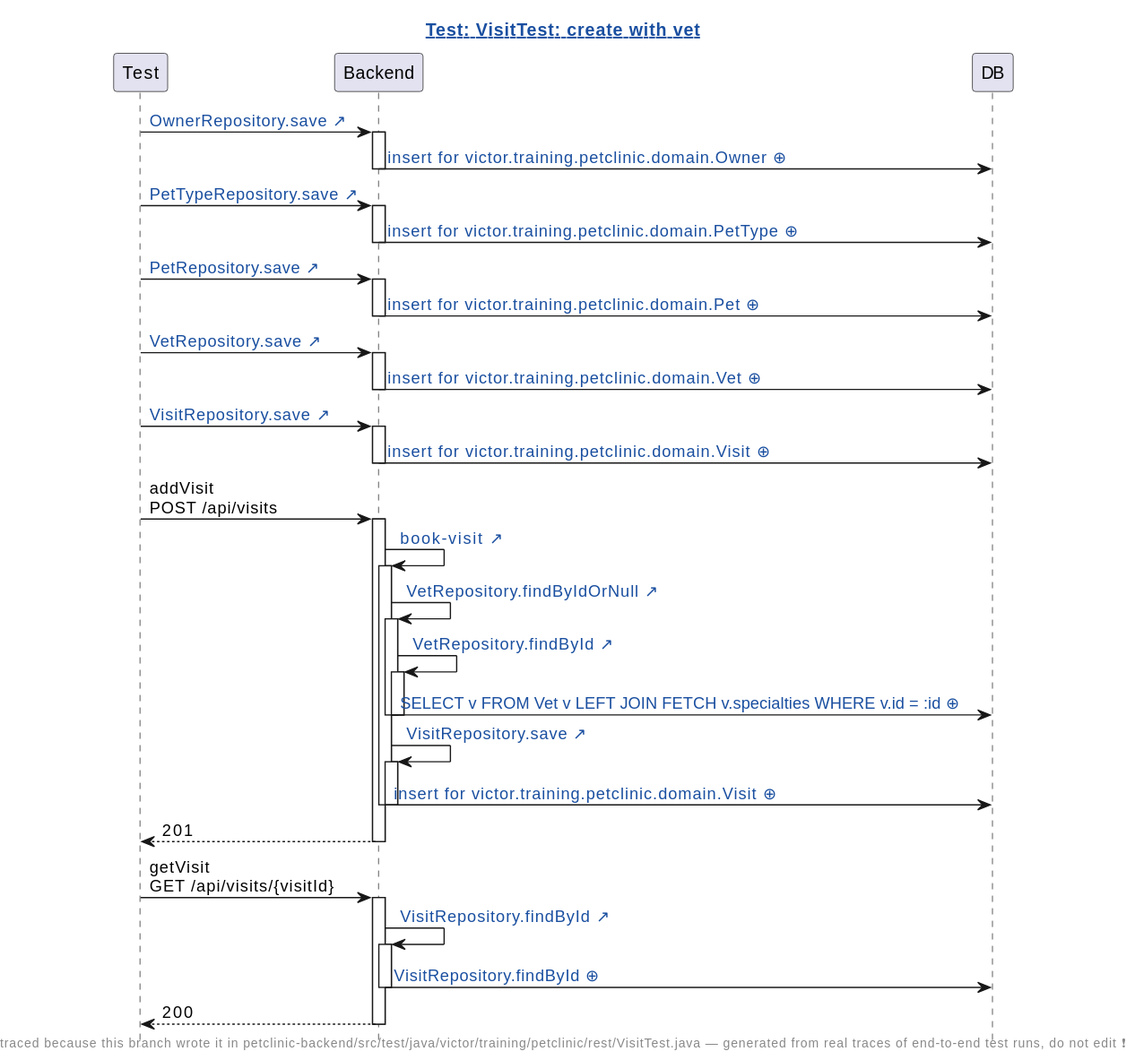
Before: demo/demo/assets/diagrams/petclinic-test_generated_VisitTest.java.create-with-vet.genseq.diff.svg, a diagram exported from PlantUML (AgustinOliver98/human-review).
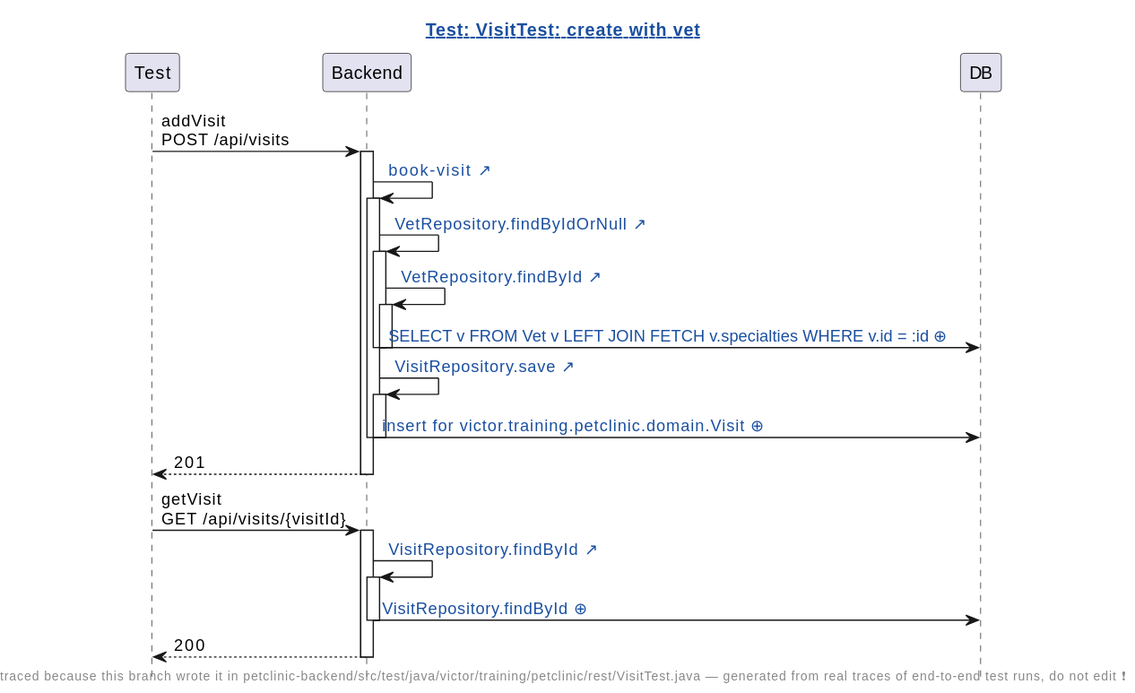
After the change.

What changed in the source:
```diff
@@ -7,26 +7,6 @@
 participant Test
 participant Backend
 participant DB
-Test -> Backend: [[src://petclinic-backend/src/main/java/victor/training/petclinic/repository/OwnerRepository.java:19{Click to open OwnerRepository.save} OwnerRepository.save ↗]]
-activate Backend
-Backend -> DB: [[genseq://0bl9eup{Click for the statement behind this call} insert for victor.training.petclinic.domain.Owner ⊕]]
-deactivate Backend
-Test -> Backend: [[src://petclinic-backend/src/main/java/victor/training/petclinic/repository/PetTypeRepository.java:15{Click to open PetTypeRepository.save} PetTypeRepository.save ↗]]
-activate Backend
-Backend -> DB: [[genseq://0p9c7zm{Click for the statement behind this call} insert for victor.training.petclinic.domain.PetType ⊕]]
-deactivate Backend
-Test -> Backend: [[src://petclinic-backend/src/main/java/victor/training/petclinic/repository/PetRepository.java:18{Click to open PetRepository.save} PetRepository.save ↗]]
-activate Backend
-Backend -> DB: [[genseq://06x47ad{Click for the statement behind this call} insert for victor.training.petclinic.domain.Pet ⊕]]
-deactivate Backend
-Test -> Backend: [[src://petclinic-backend/src/main/java/victor/training/petclinic/repository/VetRepository.java:23{Click to open VetRepository.save} VetRepository.save ↗]]
-activate Backend
-Backend -> DB: [[genseq://1rbt9aw{Click for the statement behind this call} insert for victor.training.petclinic.domain.Vet ⊕]]
-deactivate Backend
-Test -> Backend: [[src://petclinic-backend/src/main/java/victor/training/petclinic/repository/VisitRepository.java:14{Click to open VisitRepository.save} VisitRepository.save ↗]]
-activate Backend
-Backend -> DB: [[genseq://0c40pd4{Click for the statement behind this call} insert for victor.training.petclinic.domain.Visit ⊕]]
-deactivate Backend
 Test -> Backend: addVisit\nPOST /api/visits
 activate Backend
 Backend -> Backend: [[src://petclinic-backend/src/main/java/victor/training/petclinic/rest/VisitRestController.java:72{Click to open VisitRestController.bookVisit} book-visit ↗]]
@@ -35,12 +15,12 @@
 activate Backend
 Backend -> Backend: [[src://petclinic-backend/src/main/java/victor/training/petclinic/repository/VetRepository.java:16{Click to open VetRepository.findById} VetRepository.findById ↗]]
 activate Backend
-Backend -> DB: [[genseq://0g0dio5{Click for the statement behind this call} SELECT v FROM Vet v LEFT JOIN FETCH v.specialties WHERE v.id = :id ⊕]]
+Backend -> DB: [[genseq://0lzfk60{Click for the statement behind this call} SELECT v FROM Vet v LEFT JOIN FETCH v.specialties WHERE v.id = :id ⊕]]
 deactivate Backend
 deactivate Backend
 Backend -> Backend: [[src://petclinic-backend/src/main/java/victor/training/petclinic/repository/VisitRepository.java:14{Click to open VisitRepository.save} VisitRepository.save ↗]]
 activate Backend
-Backend -> DB: [[genseq://16taurr{Click for the statement behind this call} insert for victor.training.petclinic.domain.Visit ⊕]]
+Backend -> DB: [[genseq://1st0skh{Click for the statement behind this call} insert for victor.training.petclinic.domain.Visit ⊕]]
 deactivate Backend
 deactivate Backend
 Backend --> Test: 201
@@ -49,7 +29,7 @@
 activate Backend
 Backend -> Backend: [[src://petclinic-backend/src/main/java/victor/training/petclinic/repository/VisitRepository.java:12{Click to open VisitRepository.findById} VisitRepository.findById ↗]]
 activate Backend
-Backend -> DB: [[genseq://1377hzq{Click for the statement behind this call} VisitRepository.findById ⊕]]
+Backend -> DB: [[genseq://1ra5mul{Click for the statement behind this call} VisitRepository.findById ⊕]]
 deactivate Backend
 Backend --> Test: 200
 deactivate Backend
```
